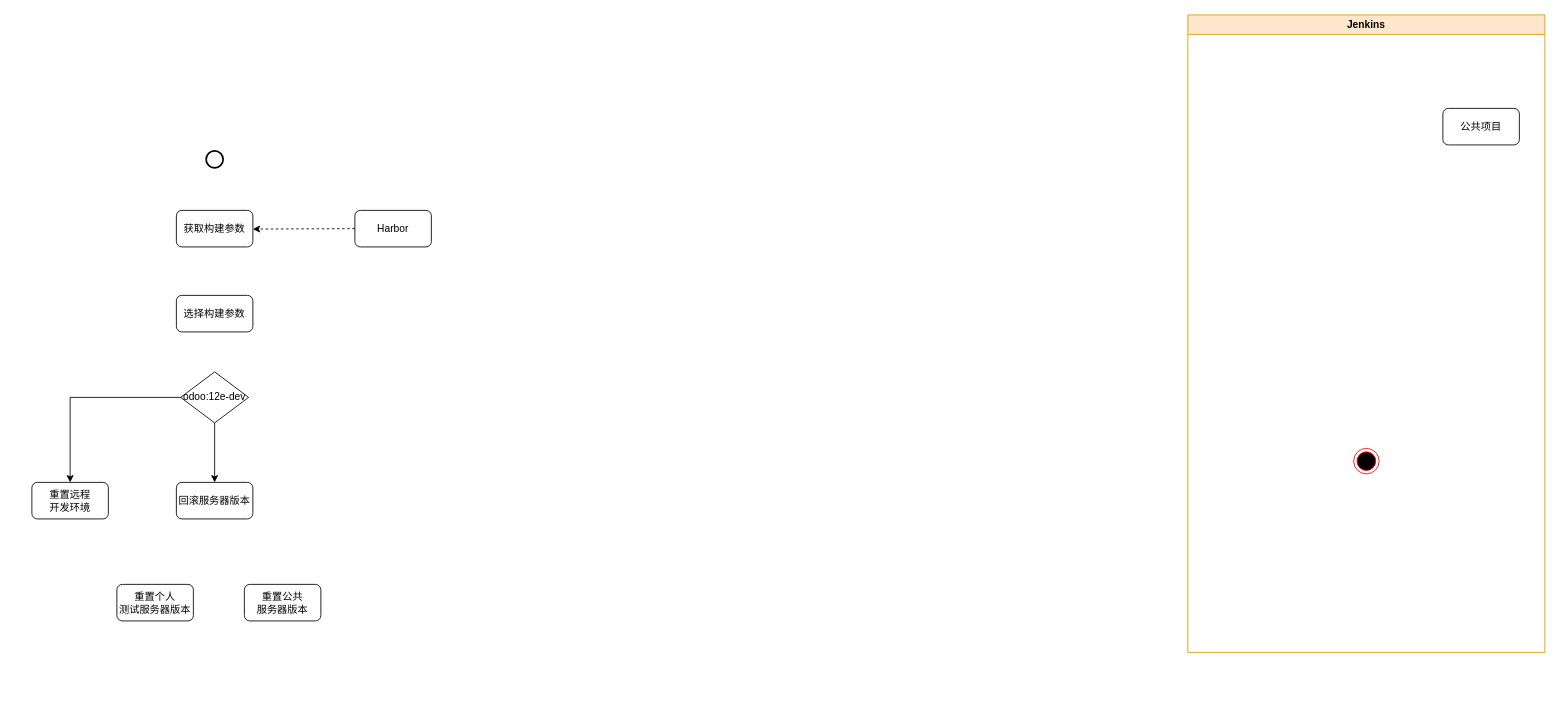
Before: page "Page-3" (1 of 3) of Untitled Diagram.drawio in alreadytakenn/images, a draw.io diagram. Source tidied: cells renumbered, new cells numbered last; positions are measured from the earlier drawing's top-left corner, leaving out a move shared by most shapes. Both pictures are drawn from the tidied source at 85%, with x=0, y=0 at pixel (31, 14).
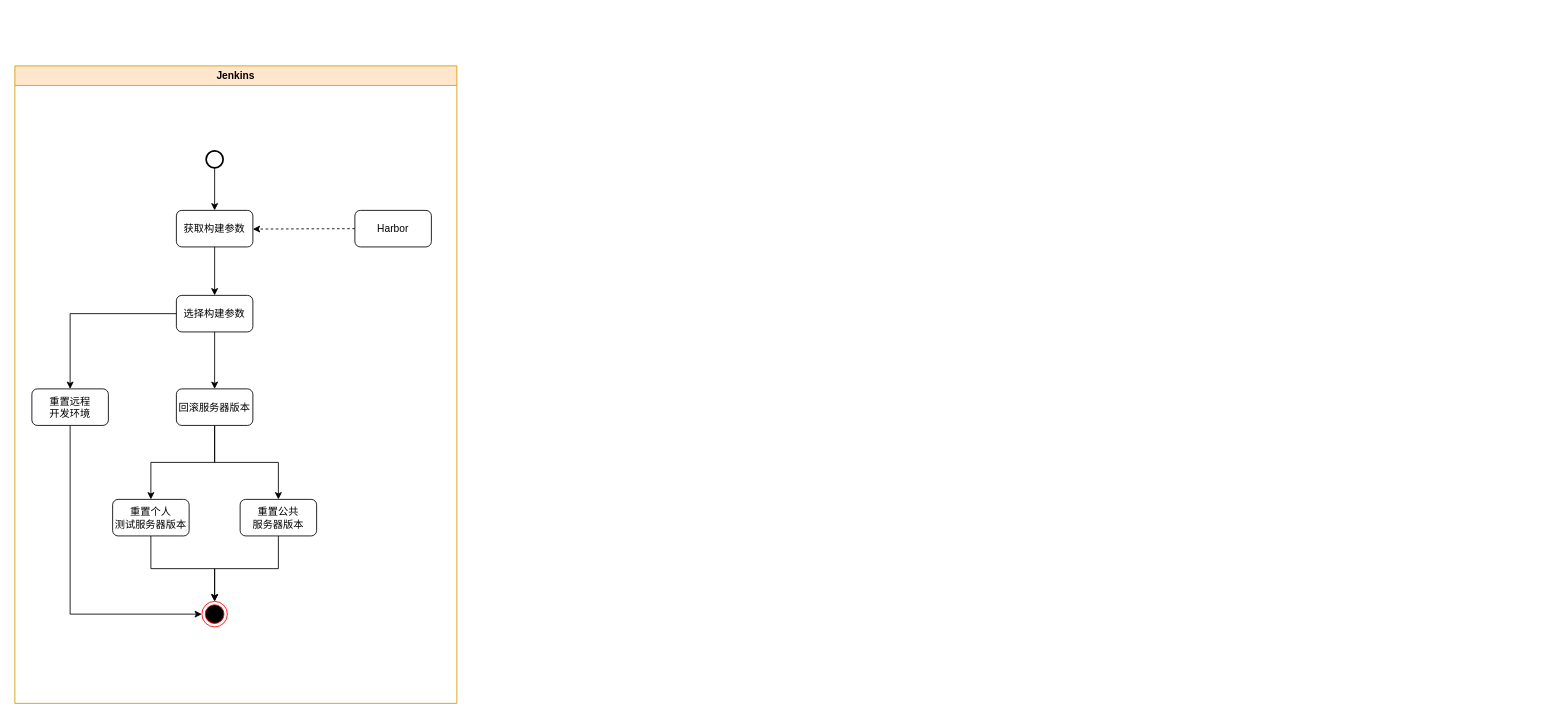
Above is the later version.

Unchanged cells that the change refers to:
```xml
<mxCell id="5" style="strokeWidth=2;html=1;shape=mxgraph.flowchart.start_2;whiteSpace=wrap;" parent="1" vertex="1">
  <mxGeometry x="205" y="160" width="20" height="20" as="geometry" />
</mxCell>
<mxCell id="6" value="获取构建参数" style="rounded=1;whiteSpace=wrap;html=1;" parent="1" vertex="1">
  <mxGeometry x="170" y="230" width="90" height="43" as="geometry" />
</mxCell>
<mxCell id="12" value="选择构建参数" style="rounded=1;whiteSpace=wrap;html=1;" parent="1" vertex="1">
  <mxGeometry x="170" y="330" width="90" height="43" as="geometry" />
</mxCell>
```

What changed in the source:
```diff
@@
     <mxCell id="2" value="Jenkins" style="swimlane;fillColor=#ffe6cc;strokeColor=#d79b00;" parent="1" vertex="1">
-      <mxGeometry x="1360" width="420" height="750" as="geometry" />
+      <mxGeometry x="-20" y="60" width="520" height="750" as="geometry" />
     </mxCell>
-    <mxCell id="3" style="ellipse;html=1;shape=endState;fillColor=#000000;strokeColor=#ff0000;" parent="2" vertex="1">
-      <mxGeometry x="195" y="510" width="30" height="30" as="geometry" />
-    </mxCell>
-    <mxCell id="4" value="公共项目" style="rounded=1;whiteSpace=wrap;html=1;" parent="2" vertex="1">
-      <mxGeometry x="300" y="110" width="90" height="43" as="geometry" />
-    </mxCell>
+    <mxCell id="17" style="edgeStyle=orthogonalEdgeStyle;rounded=0;jettySize=auto;html=1;exitX=0.5;exitY=1;exitDx=0;exitDy=0;exitPerimeter=0;entryX=0.5;entryY=0;entryDx=0;entryDy=0;" parent="1" edge="1" source="5" target="6">
+      <mxGeometry relative="1" as="geometry" />
+    </mxCell>
@@
+    <mxCell id="18" style="edgeStyle=orthogonalEdgeStyle;rounded=0;jettySize=auto;html=1;exitX=0.5;exitY=1;exitDx=0;exitDy=0;" parent="1" edge="1" source="6" target="12">
+      <mxGeometry relative="1" as="geometry" />
+    </mxCell>
@@
+    <mxCell id="19" style="edgeStyle=orthogonalEdgeStyle;rounded=0;jettySize=auto;html=1;exitX=0.5;exitY=1;exitDx=0;exitDy=0;entryX=0;entryY=0.5;entryDx=0;entryDy=0;" parent="1" edge="1" source="9" target="3">
+      <mxGeometry relative="1" as="geometry" />
+    </mxCell>
     <mxCell id="9" value="&lt;div&gt;重置远程&lt;/div&gt;&lt;div&gt;开发环境&lt;/div&gt;" style="rounded=1;whiteSpace=wrap;html=1;" parent="1" vertex="1">
-      <mxGeometry y="550" width="90" height="43" as="geometry" />
+      <mxGeometry y="440" width="90" height="43" as="geometry" />
     </mxCell>
+    <mxCell id="20" style="edgeStyle=orthogonalEdgeStyle;rounded=0;jettySize=auto;html=1;exitX=0.5;exitY=1;exitDx=0;exitDy=0;" parent="1" edge="1" source="10" target="11">
+      <mxGeometry relative="1" as="geometry" />
+    </mxCell>
+    <mxCell id="21" style="edgeStyle=orthogonalEdgeStyle;rounded=0;jettySize=auto;html=1;exitX=0.5;exitY=1;exitDx=0;exitDy=0;entryX=0.5;entryY=0;entryDx=0;entryDy=0;" parent="1" edge="1" source="10" target="16">
+      <mxGeometry relative="1" as="geometry" />
+    </mxCell>
     <mxCell id="10" value="回滚服务器版本" style="rounded=1;whiteSpace=wrap;html=1;" parent="1" vertex="1">
-      <mxGeometry x="170" y="550" width="90" height="43" as="geometry" />
+      <mxGeometry x="170" y="440" width="90" height="43" as="geometry" />
     </mxCell>
+    <mxCell id="22" style="edgeStyle=orthogonalEdgeStyle;rounded=0;jettySize=auto;html=1;exitX=0.5;exitY=1;exitDx=0;exitDy=0;entryX=0.5;entryY=0;entryDx=0;entryDy=0;" parent="1" edge="1" source="11" target="3">
+      <mxGeometry relative="1" as="geometry" />
+    </mxCell>
     <mxCell id="11" value="&lt;div&gt;重置个人&lt;/div&gt;&lt;div&gt;测试服务器版本&lt;/div&gt;" style="rounded=1;whiteSpace=wrap;html=1;" parent="1" vertex="1">
-      <mxGeometry x="100" y="670" width="90" height="43" as="geometry" />
+      <mxGeometry x="95" y="570" width="90" height="43" as="geometry" />
     </mxCell>
@@
-    <mxCell id="13" style="edgeStyle=orthogonalEdgeStyle;rounded=0;jettySize=auto;html=1;exitX=0;exitY=0.5;exitDx=0;exitDy=0;" parent="1" edge="1" source="15" target="9">
+    <mxCell id="13" style="edgeStyle=orthogonalEdgeStyle;rounded=0;jettySize=auto;html=1;exitX=0;exitY=0.5;exitDx=0;exitDy=0;" parent="1" edge="1" source="12" target="9">
       <mxGeometry relative="1" as="geometry" />
     </mxCell>
-    <mxCell id="14" style="edgeStyle=orthogonalEdgeStyle;rounded=0;jettySize=auto;html=1;exitX=0.5;exitY=1;exitDx=0;exitDy=0;" parent="1" edge="1" source="15" target="10">
+    <mxCell id="14" style="edgeStyle=orthogonalEdgeStyle;rounded=0;jettySize=auto;html=1;exitX=0.5;exitY=1;exitDx=0;exitDy=0;" parent="1" edge="1" source="12" target="10">
       <mxGeometry relative="1" as="geometry" />
     </mxCell>
-    <mxCell id="15" value="odoo:12e-dev" style="rhombus;whiteSpace=wrap;html=1;" parent="1" vertex="1">
-      <mxGeometry x="175" y="420" width="80" height="60" as="geometry" />
-    </mxCell>
+    <mxCell id="23" style="edgeStyle=orthogonalEdgeStyle;rounded=0;jettySize=auto;html=1;exitX=0.5;exitY=1;exitDx=0;exitDy=0;entryX=0.5;entryY=0;entryDx=0;entryDy=0;" parent="1" edge="1" source="16" target="3">
+      <mxGeometry relative="1" as="geometry" />
+    </mxCell>
     <mxCell id="16" value="&lt;div&gt;重置公共&lt;/div&gt;&lt;div&gt;服务器版本&lt;/div&gt;" style="rounded=1;whiteSpace=wrap;html=1;" parent="1" vertex="1">
-      <mxGeometry x="250" y="670" width="90" height="43" as="geometry" />
+      <mxGeometry x="245" y="570" width="90" height="43" as="geometry" />
     </mxCell>
+    <mxCell id="3" style="ellipse;html=1;shape=endState;fillColor=#000000;strokeColor=#ff0000;" parent="1" vertex="1">
+      <mxGeometry x="200" y="690" width="30" height="30" as="geometry" />
+    </mxCell>
```
